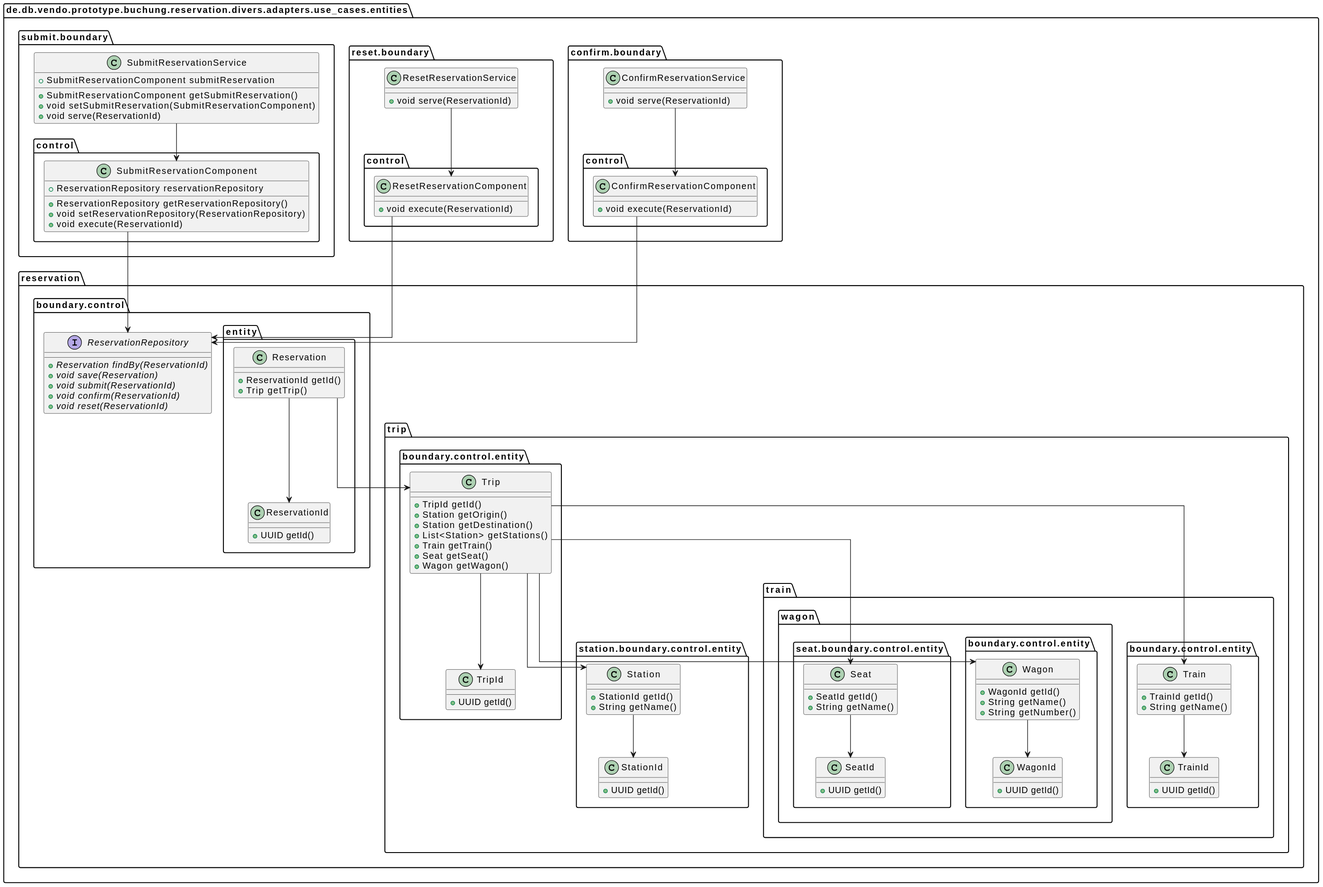
The PlantUML diagram doc/uml/svg/entities.svg in punkratz312/reservation-proto, before a commit.
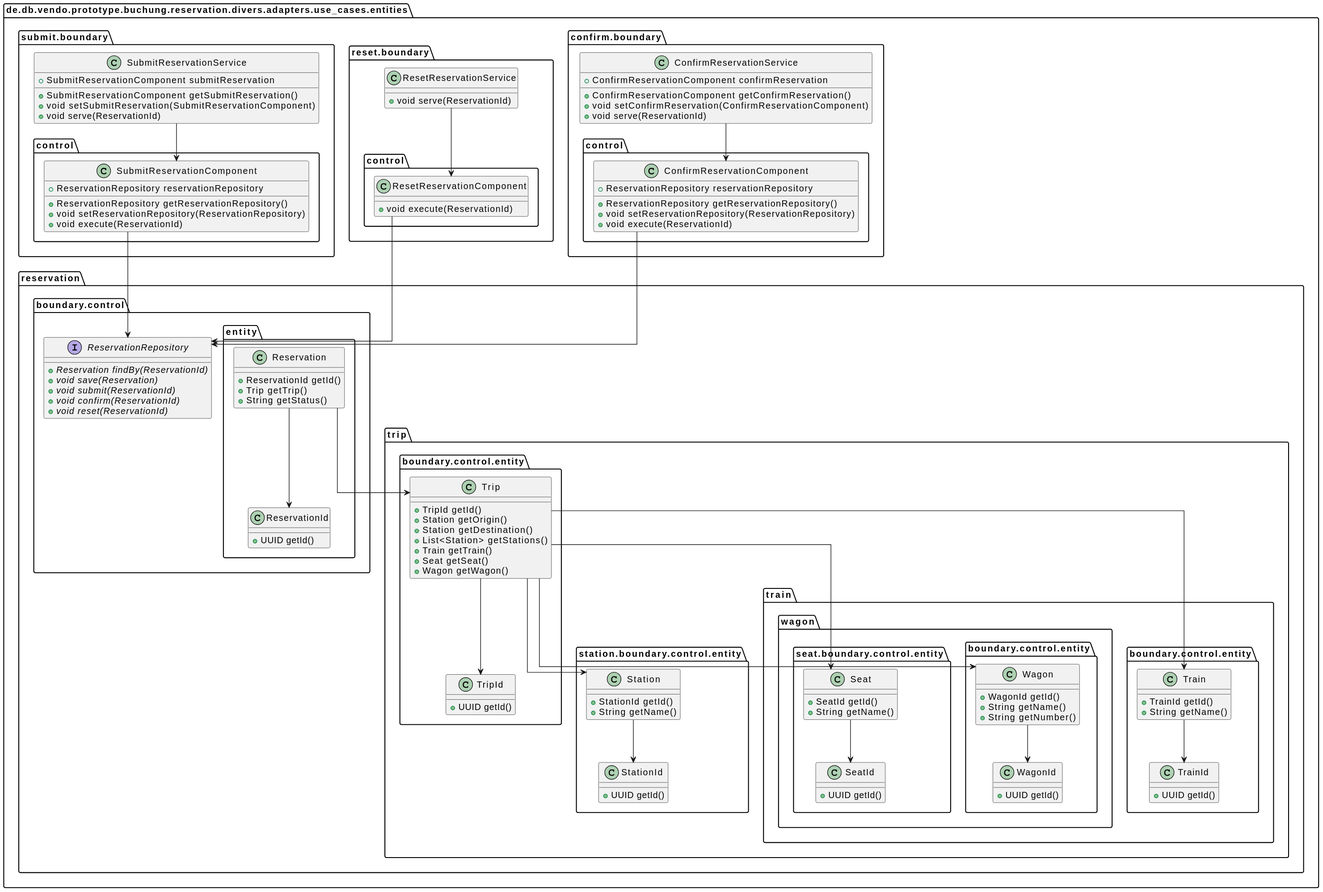
The same file after the commit.

What changed in the source:
```diff
@@ -4,9 +4,17 @@
 show stereotype
 
 class "ConfirmReservationService" as de.db.vendo.prototype.buchung.reservation.divers.adapters.use_cases.entities.confirm.boundary.ConfirmReservationService {
+  +ConfirmReservationComponent confirmReservation
+  __
+  +ConfirmReservationComponent getConfirmReservation()
+  +void setConfirmReservation(ConfirmReservationComponent)
   +void serve(ReservationId)
 }
 class "ConfirmReservationComponent" as de.db.vendo.prototype.buchung.reservation.divers.adapters.use_cases.entities.confirm.boundary.control.ConfirmReservationComponent {
+  +ReservationRepository reservationRepository
+  __
+  +ReservationRepository getReservationRepository()
+  +void setReservationRepository(ReservationRepository)
   +void execute(ReservationId)
 }
 interface "ReservationRepository" as de.db.vendo.prototype.buchung.reservation.divers.adapters.use_cases.entities.reservation.boundary.control.ReservationRepository {
@@ -19,6 +27,7 @@
 class "Reservation" as de.db.vendo.prototype.buchung.reservation.divers.adapters.use_cases.entities.reservation.boundary.control.entity.Reservation {
   +ReservationId getId()
   +Trip getTrip()
+  +String getStatus()
 }
 class "ReservationId" as de.db.vendo.prototype.buchung.reservation.divers.adapters.use_cases.entities.reservation.boundary.control.entity.ReservationId {
   +UUID getId()
```
